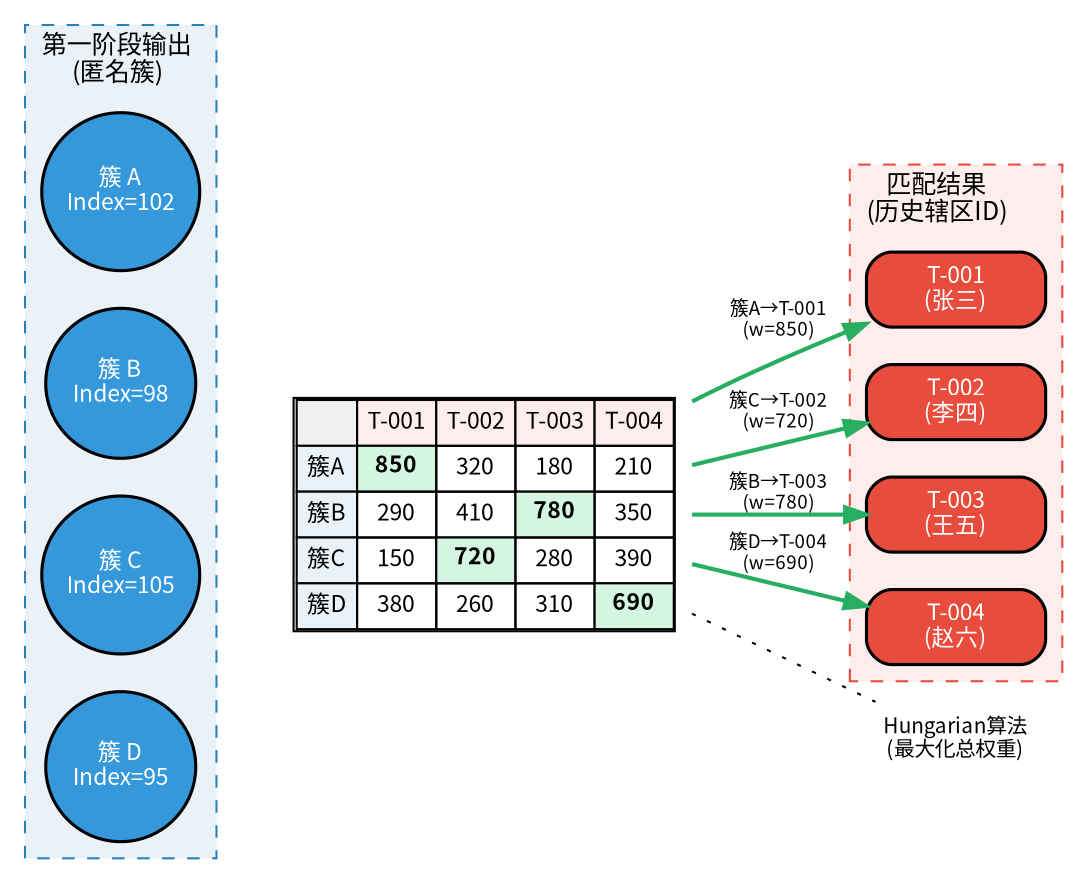
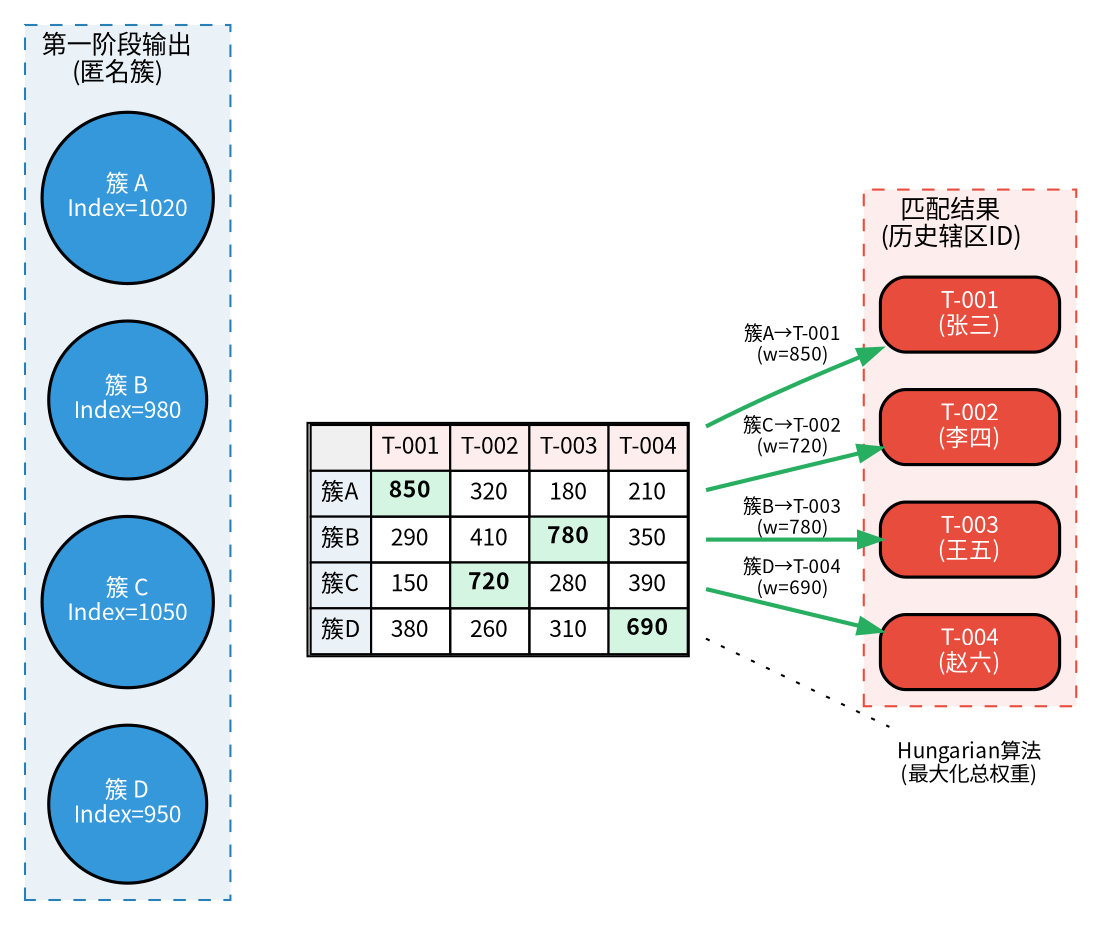
digraph G {
    rankdir=LR;
    fontname="Noto Sans CJK JP";
    node [fontname="Noto Sans CJK JP", fontsize=11, penwidth=1.5];
    edge [fontname="Noto Sans CJK JP", fontsize=9];

    // Anonymous clusters (Stage 1 output)
    subgraph cluster_left {
        label="第一阶段输出\n(匿名簇)";
        labeljust=l;
        fontname="Noto Sans CJK JP";
        fontsize=12;
        style="dashed";
        color="#2980b9";
        bgcolor="#eaf2f8";

-         c1 [label="簇 A\nIndex=102", shape=circle, style=filled, fillcolor="#3498db", fontcolor=white, width=1.0];
-         c2 [label="簇 B\nIndex=98", shape=circle, style=filled, fillcolor="#3498db", fontcolor=white, width=1.0];
-         c3 [label="簇 C\nIndex=105", shape=circle, style=filled, fillcolor="#3498db", fontcolor=white, width=1.0];
-         c4 [label="簇 D\nIndex=95", shape=circle, style=filled, fillcolor="#3498db", fontcolor=white, width=1.0];
+         c1 [label="簇 A\nIndex=1020", shape=circle, style=filled, fillcolor="#3498db", fontcolor=white, width=1.0];
+         c2 [label="簇 B\nIndex=980", shape=circle, style=filled, fillcolor="#3498db", fontcolor=white, width=1.0];
+         c3 [label="簇 C\nIndex=1050", shape=circle, style=filled, fillcolor="#3498db", fontcolor=white, width=1.0];
+         c4 [label="簇 D\nIndex=950", shape=circle, style=filled, fillcolor="#3498db", fontcolor=white, width=1.0];
    }

    // Weight matrix (middle)
    wmatrix [label=<<TABLE BORDER="1" CELLBORDER="1" CELLSPACING="0" CELLPADDING="4">
        <TR><TD BGCOLOR="#f0f0f0"></TD><TD BGCOLOR="#fdedec">T-001</TD><TD BGCOLOR="#fdedec">T-002</TD><TD BGCOLOR="#fdedec">T-003</TD><TD BGCOLOR="#fdedec">T-004</TD></TR>
        <TR><TD BGCOLOR="#eaf2f8">簇A</TD><TD BGCOLOR="#d5f5e3"><B>850</B></TD><TD>320</TD><TD>180</TD><TD>210</TD></TR>
        <TR><TD BGCOLOR="#eaf2f8">簇B</TD><TD>290</TD><TD>410</TD><TD BGCOLOR="#d5f5e3"><B>780</B></TD><TD>350</TD></TR>
        <TR><TD BGCOLOR="#eaf2f8">簇C</TD><TD>150</TD><TD BGCOLOR="#d5f5e3"><B>720</B></TD><TD>280</TD><TD>390</TD></TR>
        <TR><TD BGCOLOR="#eaf2f8">簇D</TD><TD>380</TD><TD>260</TD><TD>310</TD><TD BGCOLOR="#d5f5e3"><B>690</B></TD></TR>
    </TABLE>>, shape=plaintext];

    // Historical territories (Stage 2 output)
    subgraph cluster_right {
        label="匹配结果\n(历史辖区ID)";
        labeljust=l;
        fontname="Noto Sans CJK JP";
        fontsize=12;
        style="dashed";
        color="#e74c3c";
        bgcolor="#fdedec";

        t1 [label="T-001\n(张三)", shape=box, style="rounded,filled", fillcolor="#e74c3c", fontcolor=white, width=1.2];
        t2 [label="T-002\n(李四)", shape=box, style="rounded,filled", fillcolor="#e74c3c", fontcolor=white, width=1.2];
        t3 [label="T-003\n(王五)", shape=box, style="rounded,filled", fillcolor="#e74c3c", fontcolor=white, width=1.2];
        t4 [label="T-004\n(赵六)", shape=box, style="rounded,filled", fillcolor="#e74c3c", fontcolor=white, width=1.2];
    }

    // Edges
    c1 -> wmatrix [style=invis];
    c2 -> wmatrix [style=invis];
    c3 -> wmatrix [style=invis];
    c4 -> wmatrix [style=invis];

    wmatrix -> t1 [label="簇A→T-001\n(w=850)", color="#27ae60", penwidth=2];
    wmatrix -> t2 [label="簇C→T-002\n(w=720)", color="#27ae60", penwidth=2];
    wmatrix -> t3 [label="簇B→T-003\n(w=780)", color="#27ae60", penwidth=2];
    wmatrix -> t4 [label="簇D→T-004\n(w=690)", color="#27ae60", penwidth=2];

    // Label
    label_algo [label="Hungarian算法\n(最大化总权重)", shape=plaintext, fontsize=10, fontname="Noto Sans CJK JP"];
    wmatrix -> label_algo [style=dotted, arrowhead=none];
}
